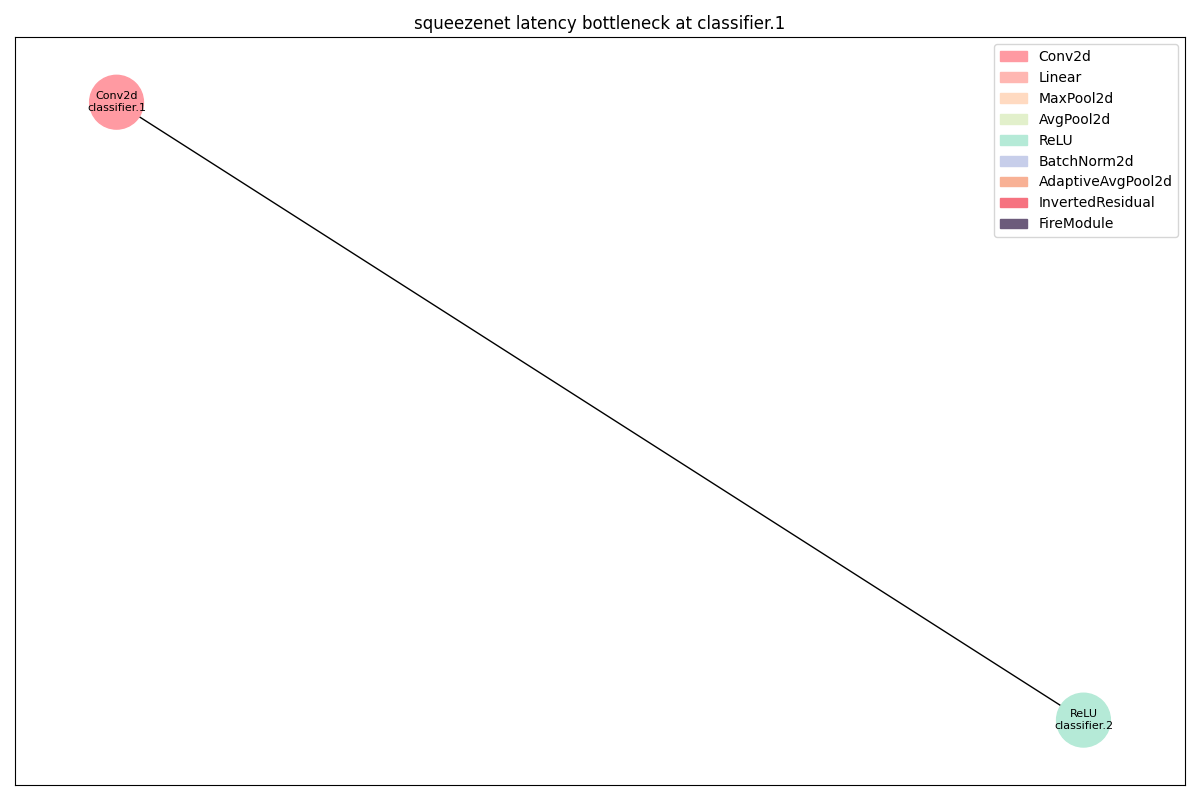
This is dags/squeezenet_latency_classifier_1_op.png from 11222-Meng/DNN_Bottlen_Layer_Analysis, a Graphviz export, as it was before one commit. Its source is kept beside it as dags/squeezenet_latency_classifier_1_op.dot. Its diagram source:
```dot
strict digraph "" {
	Conv2d_0	[color="#FF9AA2",
		layer_name="classifier.1",
		params=513000,
		type=Conv2d];
	ReLU_0	[color="#B5EAD7",
		layer_name="classifier.2",
		params=0,
		type=ReLU];
	Conv2d_0 -> ReLU_0;
}
```
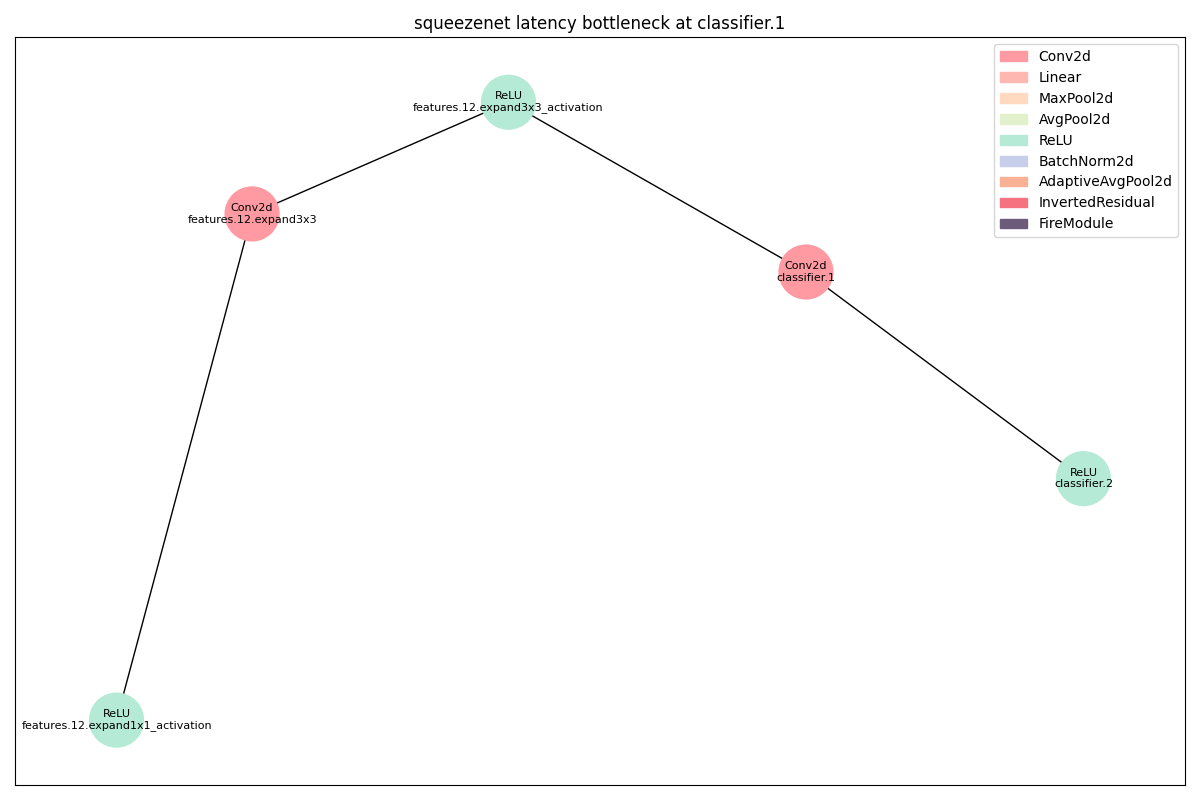
After the commit.

Change to the diagram source:
```diff
@@ -1,11 +1,26 @@
 strict digraph "" {
+	ReLU_0	[color="#B5EAD7",
+		layer_name="features.12.expand1x1_activation",
+		params=0,
+		type=ReLU];
 	Conv2d_0	[color="#FF9AA2",
+		layer_name="features.12.expand3x3",
+		params=147712,
+		type=Conv2d];
+	ReLU_0 -> Conv2d_0;
+	ReLU_1	[color="#B5EAD7",
+		layer_name="features.12.expand3x3_activation",
+		params=0,
+		type=ReLU];
+	Conv2d_0 -> ReLU_1;
+	Conv2d_1	[color="#FF9AA2",
 		layer_name="classifier.1",
 		params=513000,
 		type=Conv2d];
-	ReLU_0	[color="#B5EAD7",
+	ReLU_1 -> Conv2d_1;
+	ReLU_2	[color="#B5EAD7",
 		layer_name="classifier.2",
 		params=0,
 		type=ReLU];
-	Conv2d_0 -> ReLU_0;
+	Conv2d_1 -> ReLU_2;
 }
```
